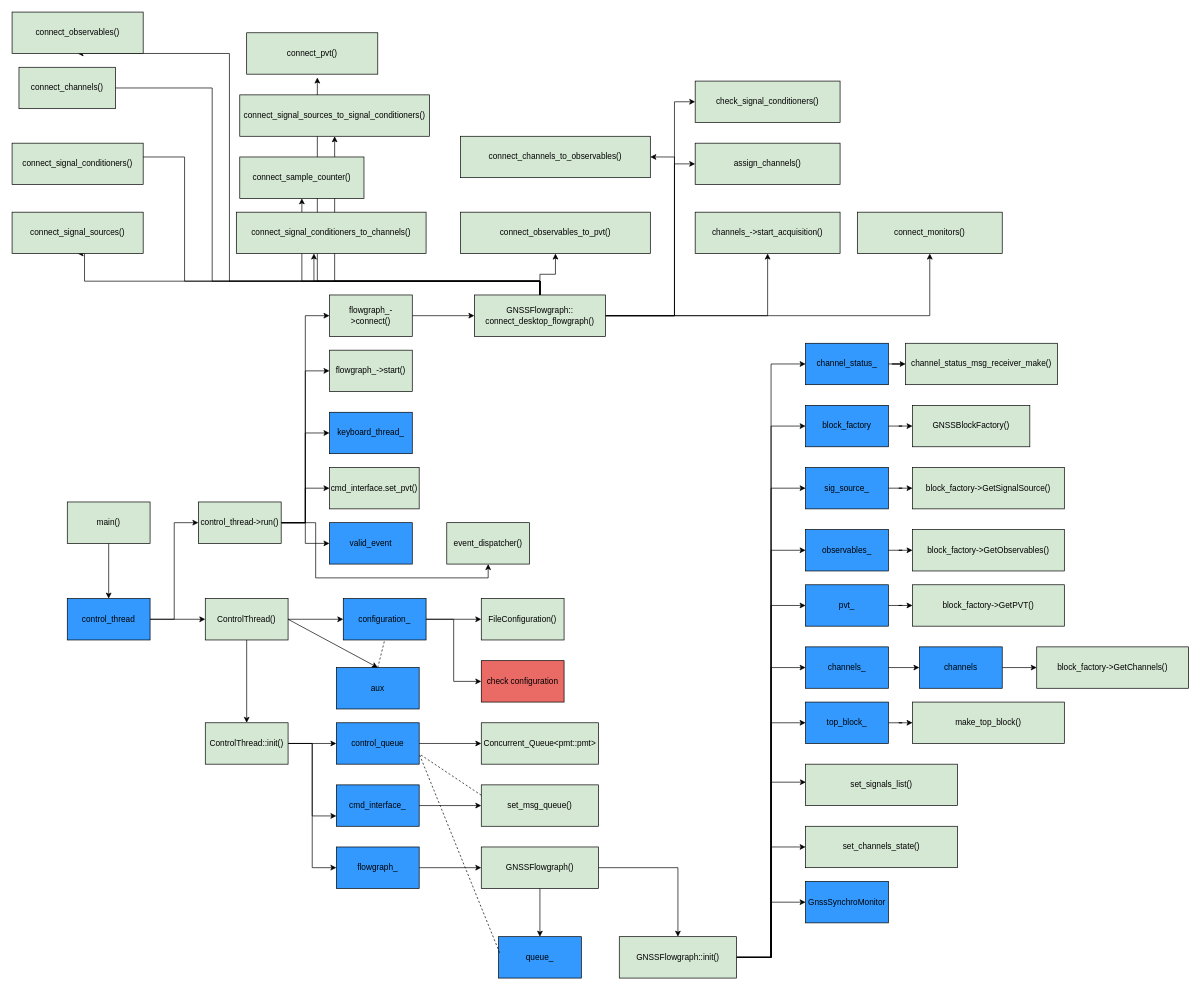
Mortarboard-H/gnss-sdr keeps this draw.io diagram as gnss-sdr-call.drawio. Above is the earlier version. Source tidied: cells renumbered, new cells numbered last; positions are measured from the earlier drawing's top-left corner, leaving out a move shared by most shapes. Both pictures are drawn from the tidied source at 69%, with x=0, y=0 at pixel (12, 12).
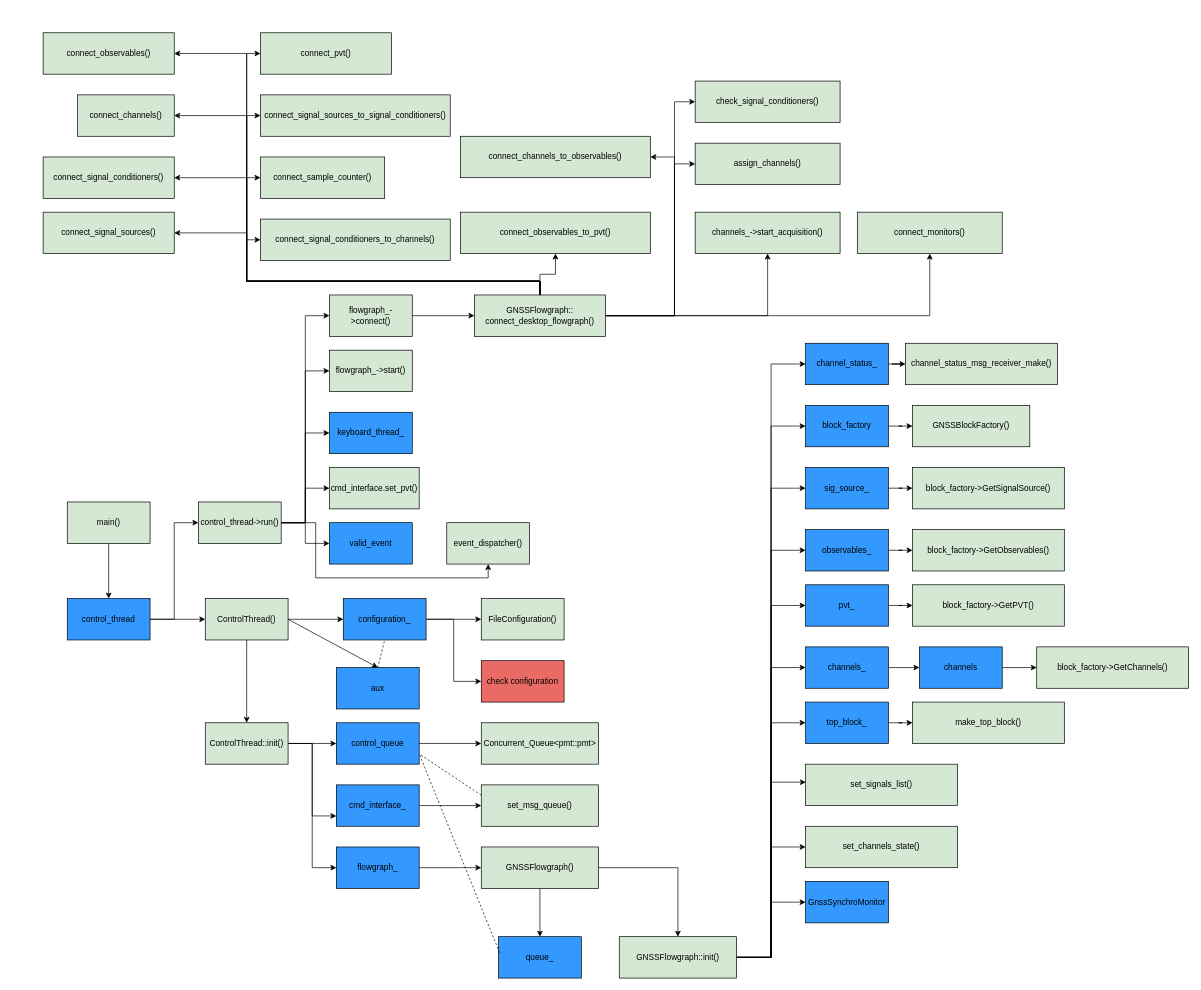
After the change.

The change refers to these unchanged cells:
```xml
<mxCell id="101" value="&lt;div&gt;GNSSFlowgraph::&lt;/div&gt;&lt;div&gt;connect_desktop_flowgraph()&lt;/div&gt;" style="whiteSpace=wrap;html=1;rounded=0;fillColor=#D5E8D4;" parent="1" vertex="1">
  <mxGeometry x="670" y="410" width="190" height="60" as="geometry" />
</mxCell>
```

Diff of the diagram source:
```diff
@@
-    <mxCell id="87" style="edgeStyle=orthogonalEdgeStyle;rounded=0;jettySize=auto;html=1;entryX=0.5;entryY=1;entryDx=0;entryDy=0;" parent="1" edge="1" source="101" target="102">
+    <mxCell id="87" style="edgeStyle=orthogonalEdgeStyle;rounded=0;jettySize=auto;html=1;entryX=1;entryY=0.5;entryDx=0;entryDy=0;" parent="1" edge="1" source="101" target="102">
       <mxGeometry relative="1" as="geometry">
         <Array as="points">
           <mxPoint x="765" y="390" />
-          <mxPoint x="105" y="390" />
+          <mxPoint x="340" y="390" />
+          <mxPoint x="340" y="320" />
         </Array>
       </mxGeometry>
     </mxCell>
-    <mxCell id="88" style="edgeStyle=orthogonalEdgeStyle;rounded=0;jettySize=auto;html=1;entryX=0.5;entryY=1;entryDx=0;entryDy=0;" parent="1" edge="1" source="101" target="103">
+    <mxCell id="88" style="edgeStyle=orthogonalEdgeStyle;rounded=0;jettySize=auto;html=1;entryX=1;entryY=0.5;entryDx=0;entryDy=0;" parent="1" edge="1" source="101" target="103">
       <mxGeometry relative="1" as="geometry">
         <Array as="points">
           <mxPoint x="765" y="390" />
-          <mxPoint x="250" y="390" />
-          <mxPoint x="250" y="210" />
+          <mxPoint x="340" y="390" />
+          <mxPoint x="340" y="240" />
         </Array>
       </mxGeometry>
     </mxCell>
-    <mxCell id="89" style="edgeStyle=orthogonalEdgeStyle;rounded=0;jettySize=auto;html=1;entryX=0.5;entryY=1;entryDx=0;entryDy=0;" parent="1" edge="1" source="101" target="104">
+    <mxCell id="89" style="edgeStyle=orthogonalEdgeStyle;rounded=0;jettySize=auto;html=1;entryX=1;entryY=0.5;entryDx=0;entryDy=0;" parent="1" edge="1" source="101" target="104">
       <mxGeometry relative="1" as="geometry">
         <Array as="points">
           <mxPoint x="765" y="390" />
-          <mxPoint x="290" y="390" />
-          <mxPoint x="290" y="110" />
+          <mxPoint x="340" y="390" />
+          <mxPoint x="340" y="150" />
         </Array>
       </mxGeometry>
     </mxCell>
-    <mxCell id="90" style="edgeStyle=orthogonalEdgeStyle;rounded=0;jettySize=auto;html=1;entryX=0.5;entryY=1;entryDx=0;entryDy=0;" parent="1" edge="1" source="101" target="105">
+    <mxCell id="90" style="edgeStyle=orthogonalEdgeStyle;rounded=0;jettySize=auto;html=1;entryX=1;entryY=0.5;entryDx=0;entryDy=0;" parent="1" edge="1" source="101" target="105">
       <mxGeometry relative="1" as="geometry">
         <Array as="points">
           <mxPoint x="765" y="390" />
-          <mxPoint x="315" y="390" />
+          <mxPoint x="340" y="390" />
+          <mxPoint x="340" y="60" />
         </Array>
       </mxGeometry>
     </mxCell>
-    <mxCell id="91" style="edgeStyle=orthogonalEdgeStyle;rounded=0;jettySize=auto;html=1;entryX=0.539;entryY=1.081;entryDx=0;entryDy=0;entryPerimeter=0;" parent="1" edge="1" source="101" target="106">
+    <mxCell id="91" style="edgeStyle=orthogonalEdgeStyle;rounded=0;jettySize=auto;html=1;entryX=0;entryY=0.5;entryDx=0;entryDy=0;" parent="1" edge="1" source="101" target="106">
       <mxGeometry relative="1" as="geometry">
         <Array as="points">
           <mxPoint x="765" y="390" />
-          <mxPoint x="442" y="390" />
+          <mxPoint x="340" y="390" />
+          <mxPoint x="340" y="60" />
         </Array>
       </mxGeometry>
     </mxCell>
-    <mxCell id="92" style="edgeStyle=orthogonalEdgeStyle;rounded=0;jettySize=auto;html=1;entryX=0.5;entryY=1;entryDx=0;entryDy=0;" parent="1" edge="1" source="101" target="107">
-      <mxGeometry relative="1" as="geometry">
-        <Array as="points">
-          <mxPoint x="765" y="390" />
-          <mxPoint x="468" y="390" />
-        </Array>
-      </mxGeometry>
-    </mxCell>
-    <mxCell id="93" style="edgeStyle=orthogonalEdgeStyle;rounded=0;jettySize=auto;html=1;entryX=0.5;entryY=1;entryDx=0;entryDy=0;" parent="1" edge="1" source="101" target="108">
+    <mxCell id="93" style="edgeStyle=orthogonalEdgeStyle;rounded=0;jettySize=auto;html=1;entryX=0;entryY=0.5;entryDx=0;entryDy=0;" parent="1" edge="1" source="101" target="108">
       <mxGeometry relative="1" as="geometry">
         <Array as="points">
           <mxPoint x="765" y="390" />
-          <mxPoint x="420" y="390" />
+          <mxPoint x="340" y="390" />
+          <mxPoint x="340" y="240" />
         </Array>
       </mxGeometry>
     </mxCell>
-    <mxCell id="94" style="edgeStyle=orthogonalEdgeStyle;rounded=0;jettySize=auto;html=1;entryX=0.409;entryY=0.999;entryDx=0;entryDy=0;entryPerimeter=0;" parent="1" edge="1" source="101" target="109">
+    <mxCell id="94" style="edgeStyle=orthogonalEdgeStyle;rounded=0;jettySize=auto;html=1;entryX=0;entryY=0.5;entryDx=0;entryDy=0;" parent="1" edge="1" source="101" target="109">
       <mxGeometry relative="1" as="geometry">
         <Array as="points">
           <mxPoint x="765" y="390" />
-          <mxPoint x="438" y="390" />
+          <mxPoint x="340" y="390" />
+          <mxPoint x="340" y="330" />
         </Array>
       </mxGeometry>
     </mxCell>
@@
+    <mxCell id="92" style="edgeStyle=orthogonalEdgeStyle;rounded=0;jettySize=auto;html=1;entryX=0;entryY=0.5;entryDx=0;entryDy=0;" parent="1" edge="1" source="101" target="107">
+      <mxGeometry relative="1" as="geometry">
+        <Array as="points">
+          <mxPoint x="765" y="390" />
+          <mxPoint x="340" y="390" />
+          <mxPoint x="340" y="150" />
+        </Array>
+      </mxGeometry>
+    </mxCell>
@@
     <mxCell id="102" value="connect_signal_sources()" style="whiteSpace=wrap;html=1;rounded=0;fillColor=#D5E8D4;" parent="1" vertex="1">
-      <mxGeometry y="290" width="190" height="60" as="geometry" />
+      <mxGeometry x="45" y="290" width="190" height="60" as="geometry" />
     </mxCell>
     <mxCell id="103" value="connect_signal_conditioners()" style="whiteSpace=wrap;html=1;rounded=0;fillColor=#D5E8D4;" parent="1" vertex="1">
-      <mxGeometry y="190" width="190" height="60" as="geometry" />
+      <mxGeometry x="45" y="210" width="190" height="60" as="geometry" />
     </mxCell>
     <mxCell id="104" value="connect_channels()" style="whiteSpace=wrap;html=1;rounded=0;fillColor=#D5E8D4;" parent="1" vertex="1">
-      <mxGeometry x="10" y="80" width="140" height="60" as="geometry" />
+      <mxGeometry x="95" y="120" width="140" height="60" as="geometry" />
     </mxCell>
     <mxCell id="105" value="connect_observables()" style="whiteSpace=wrap;html=1;rounded=0;fillColor=#D5E8D4;" parent="1" vertex="1">
-      <mxGeometry width="190" height="60" as="geometry" />
+      <mxGeometry x="45" y="30" width="190" height="60" as="geometry" />
     </mxCell>
     <mxCell id="106" value="connect_pvt()" style="whiteSpace=wrap;html=1;rounded=0;fillColor=#D5E8D4;" parent="1" vertex="1">
-      <mxGeometry x="340" y="30" width="190" height="60" as="geometry" />
+      <mxGeometry x="360" y="30" width="190" height="60" as="geometry" />
     </mxCell>
     <mxCell id="107" value="connect_signal_sources_to_signal_conditioners()" style="whiteSpace=wrap;html=1;rounded=0;fillColor=#D5E8D4;" parent="1" vertex="1">
-      <mxGeometry x="330" y="120" width="275" height="60" as="geometry" />
+      <mxGeometry x="360" y="120" width="275" height="60" as="geometry" />
     </mxCell>
-    <mxCell id="108" value="connect_sample_counter()" style="whiteSpace=wrap;html=1;rounded=0;fillColor=#D5E8D4;" parent="1" vertex="1">
-      <mxGeometry x="330" y="210" width="180" height="60" as="geometry" />
-    </mxCell>
     <mxCell id="109" value="connect_signal_conditioners_to_channels()" style="whiteSpace=wrap;html=1;rounded=0;fillColor=#D5E8D4;" parent="1" vertex="1">
-      <mxGeometry x="325" y="290" width="275" height="60" as="geometry" />
+      <mxGeometry x="360" y="300" width="275" height="60" as="geometry" />
     </mxCell>
@@
+    <mxCell id="108" value="connect_sample_counter()" style="whiteSpace=wrap;html=1;rounded=0;fillColor=#D5E8D4;" parent="1" vertex="1">
+      <mxGeometry x="360" y="210" width="180" height="60" as="geometry" />
+    </mxCell>
```
